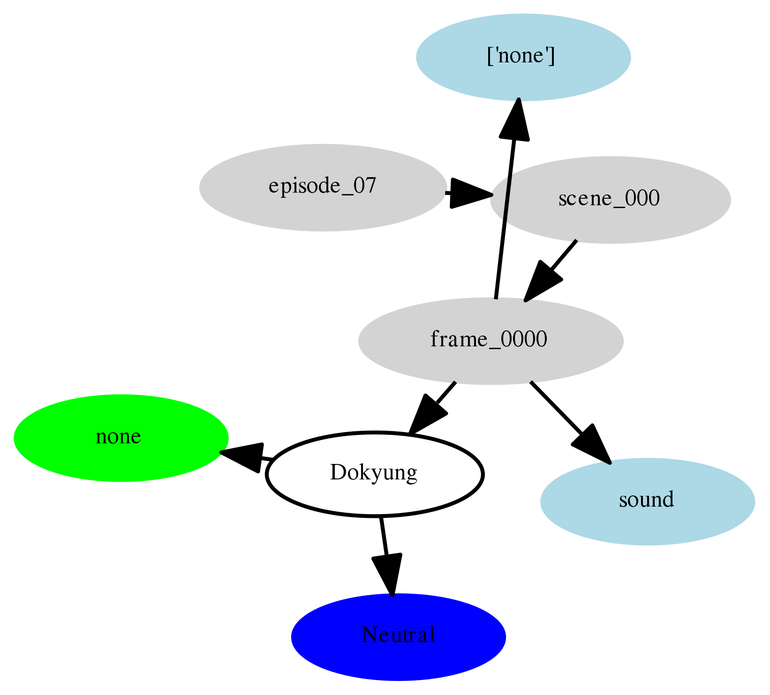
Above: jupyter/temp_graph.gv.png in ihaeyong/drama-graph (Graphviz), before the change. Its source is kept beside it as jupyter/temp_graph.gv. Its diagram source:
```dot
digraph G {
	graph [dpi=600 rankdir=TB rotate=0 size="10,8"]
	node [fontsize=6 height=0.1]
	edge [fontsize=6]
	episode_07 [color=lightgrey style=filled]
	scene_000 [color=lightgrey style=filled]
	frame_0000 [color=lightgrey style=filled]
	"['none']" [color=lightblue style=filled]
	sound [color=lightblue style=filled]
	episode_07 -> scene_000
	scene_000 -> frame_0000
	frame_0000 -> "['none']"
	frame_0000 -> sound
	Dokyung
	none [color=green style=filled]
	Neutral [color=blue style=filled]
	frame_0000 -> Dokyung
	Dokyung -> none
	Dokyung -> Neutral
}
```
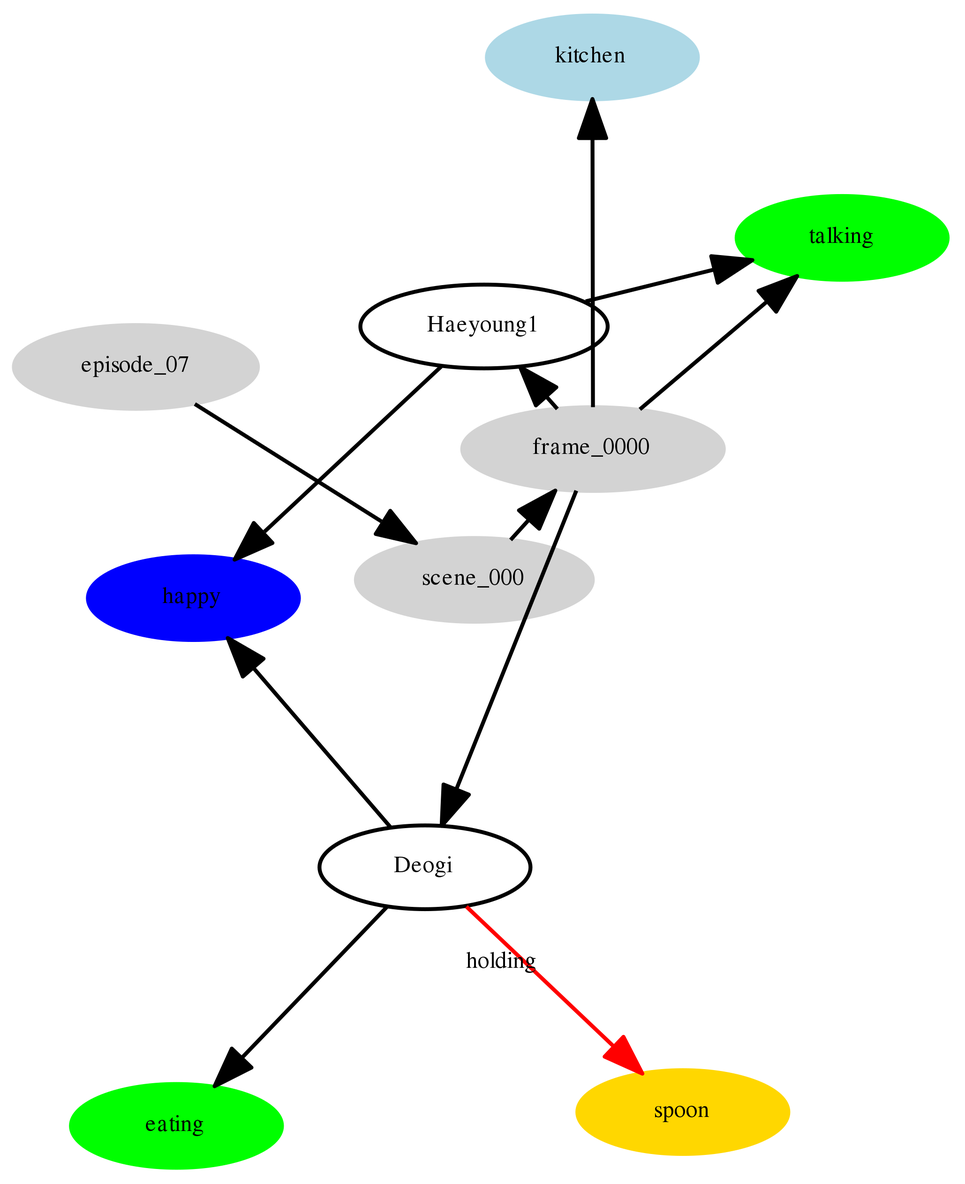
Above is the later version.

The edit, as a diff of the source:
```diff
@@ -5,16 +5,24 @@
 	episode_07 [color=lightgrey style=filled]
 	scene_000 [color=lightgrey style=filled]
 	frame_0000 [color=lightgrey style=filled]
-	"['none']" [color=lightblue style=filled]
-	sound [color=lightblue style=filled]
+	kitchen [color=lightblue style=filled]
+	talking [color=lightblue style=filled]
 	episode_07 -> scene_000
 	scene_000 -> frame_0000
-	frame_0000 -> "['none']"
-	frame_0000 -> sound
-	Dokyung
-	none [color=green style=filled]
-	Neutral [color=blue style=filled]
-	frame_0000 -> Dokyung
-	Dokyung -> none
-	Dokyung -> Neutral
+	frame_0000 -> kitchen
+	frame_0000 -> talking
+	Haeyoung1
+	talking [color=green style=filled]
+	happy [color=blue style=filled]
+	frame_0000 -> Haeyoung1
+	Haeyoung1 -> talking
+	Haeyoung1 -> happy
+	Deogi
+	eating [color=green style=filled]
+	happy [color=blue style=filled]
+	frame_0000 -> Deogi
+	Deogi -> eating
+	Deogi -> happy
+	spoon [color=gold style=filled]
+	Deogi -> spoon [label=holding color=red]
 }
```
